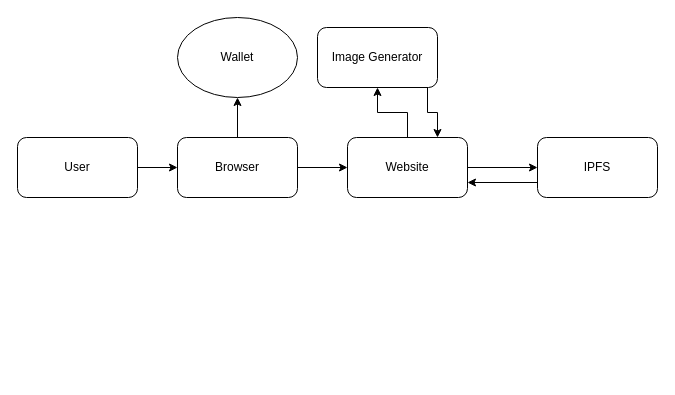
babangain/drawio keeps this draw.io diagram as NFT.drawio. Above is the earlier version. Source tidied: cells renumbered, new cells numbered last; positions are measured from the earlier drawing's top-left corner, leaving out a move shared by most shapes. Both pictures are drawn from the tidied source at 100%, with x=0, y=0 at pixel (17, 17).
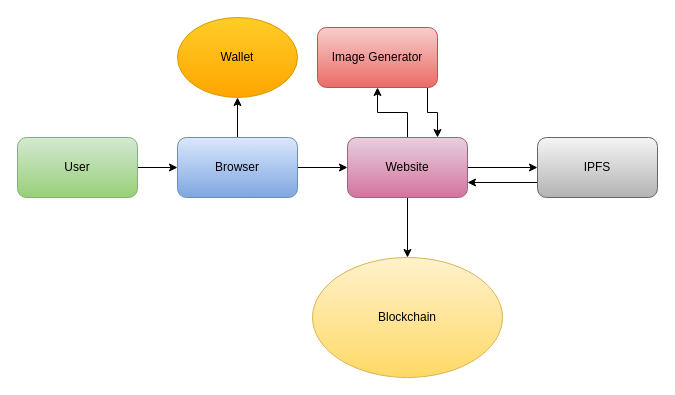
The same diagram, later.

The edit, as a diff of the source:
```diff
@@
 <mxGraphModel>
   <root>
     <mxCell id="0" />
     <mxCell id="1" parent="0" />
     <mxCell id="2" style="edgeStyle=orthogonalEdgeStyle;rounded=0;jettySize=auto;html=1;" parent="1" edge="1" source="3" target="6">
       <mxGeometry relative="1" as="geometry" />
     </mxCell>
-    <mxCell id="3" value="User" style="rounded=1;whiteSpace=wrap;html=1;" parent="1" vertex="1">
+    <mxCell id="3" value="User" style="rounded=1;whiteSpace=wrap;html=1;fillColor=#d5e8d4;gradientColor=#97d077;strokeColor=#82b366;" parent="1" vertex="1">
       <mxGeometry y="120" width="120" height="60" as="geometry" />
     </mxCell>
     <mxCell id="4" style="edgeStyle=orthogonalEdgeStyle;rounded=0;jettySize=auto;html=1;" parent="1" edge="1" source="6" target="7">
       <mxGeometry relative="1" as="geometry" />
     </mxCell>
     <mxCell id="5" style="edgeStyle=orthogonalEdgeStyle;rounded=0;jettySize=auto;html=1;" parent="1" edge="1" source="6" target="10">
       <mxGeometry relative="1" as="geometry" />
     </mxCell>
-    <mxCell id="6" value="Browser" style="rounded=1;whiteSpace=wrap;html=1;" parent="1" vertex="1">
+    <mxCell id="6" value="Browser" style="rounded=1;whiteSpace=wrap;html=1;fillColor=#dae8fc;gradientColor=#7ea6e0;strokeColor=#6c8ebf;" parent="1" vertex="1">
       <mxGeometry x="160" y="120" width="120" height="60" as="geometry" />
     </mxCell>
-    <mxCell id="7" value="Wallet" style="ellipse;whiteSpace=wrap;html=1;" parent="1" vertex="1">
+    <mxCell id="7" value="Wallet" style="ellipse;whiteSpace=wrap;html=1;fillColor=#ffcd28;gradientColor=#ffa500;strokeColor=#d79b00;" parent="1" vertex="1">
       <mxGeometry x="160" width="120" height="80" as="geometry" />
     </mxCell>
     <mxCell id="8" style="edgeStyle=orthogonalEdgeStyle;rounded=0;jettySize=auto;html=1;" parent="1" edge="1" source="10" target="12">
       <mxGeometry relative="1" as="geometry" />
     </mxCell>
     <mxCell id="9" style="edgeStyle=orthogonalEdgeStyle;rounded=0;jettySize=auto;html=1;" parent="1" edge="1" source="10" target="14">
       <mxGeometry relative="1" as="geometry" />
     </mxCell>
+    <mxCell id="15" style="edgeStyle=orthogonalEdgeStyle;rounded=0;jettySize=auto;html=1;" parent="1" edge="1" source="10" target="16">
+      <mxGeometry relative="1" as="geometry" />
+    </mxCell>
-    <mxCell id="10" value="Website" style="whiteSpace=wrap;html=1;rounded=1;" parent="1" vertex="1">
+    <mxCell id="10" value="Website" style="whiteSpace=wrap;html=1;rounded=1;fillColor=#e6d0de;gradientColor=#d5739d;strokeColor=#996185;" parent="1" vertex="1">
       <mxGeometry x="330" y="120" width="120" height="60" as="geometry" />
     </mxCell>
     <mxCell id="11" style="edgeStyle=orthogonalEdgeStyle;rounded=0;jettySize=auto;html=1;entryX=0.75;entryY=0;entryDx=0;entryDy=0;" parent="1" edge="1" source="12" target="10">
       <mxGeometry relative="1" as="geometry">
         <Array as="points">
           <mxPoint x="410" y="95" />
           <mxPoint x="420" y="95" />
         </Array>
       </mxGeometry>
     </mxCell>
-    <mxCell id="12" value="Image Generator" style="whiteSpace=wrap;html=1;rounded=1;" parent="1" vertex="1">
+    <mxCell id="12" value="Image Generator" style="whiteSpace=wrap;html=1;rounded=1;fillColor=#f8cecc;gradientColor=#ea6b66;strokeColor=#b85450;" parent="1" vertex="1">
       <mxGeometry x="300" y="10" width="120" height="60" as="geometry" />
     </mxCell>
     <mxCell id="13" style="edgeStyle=orthogonalEdgeStyle;rounded=0;jettySize=auto;html=1;entryX=1;entryY=0.75;entryDx=0;entryDy=0;exitX=0;exitY=0.75;exitDx=0;exitDy=0;" parent="1" edge="1" source="14" target="10">
       <mxGeometry relative="1" as="geometry" />
     </mxCell>
-    <mxCell id="14" value="IPFS" style="whiteSpace=wrap;html=1;rounded=1;" parent="1" vertex="1">
+    <mxCell id="14" value="IPFS" style="whiteSpace=wrap;html=1;rounded=1;fillColor=#f5f5f5;gradientColor=#b3b3b3;strokeColor=#666666;" parent="1" vertex="1">
       <mxGeometry x="520" y="120" width="120" height="60" as="geometry" />
     </mxCell>
+    <mxCell id="16" value="Blockchain" style="ellipse;whiteSpace=wrap;html=1;fillColor=#fff2cc;gradientColor=#ffd966;strokeColor=#d6b656;" parent="1" vertex="1">
+      <mxGeometry x="295" y="240" width="190" height="120" as="geometry" />
+    </mxCell>
   </root>
 </mxGraphModel>
```
